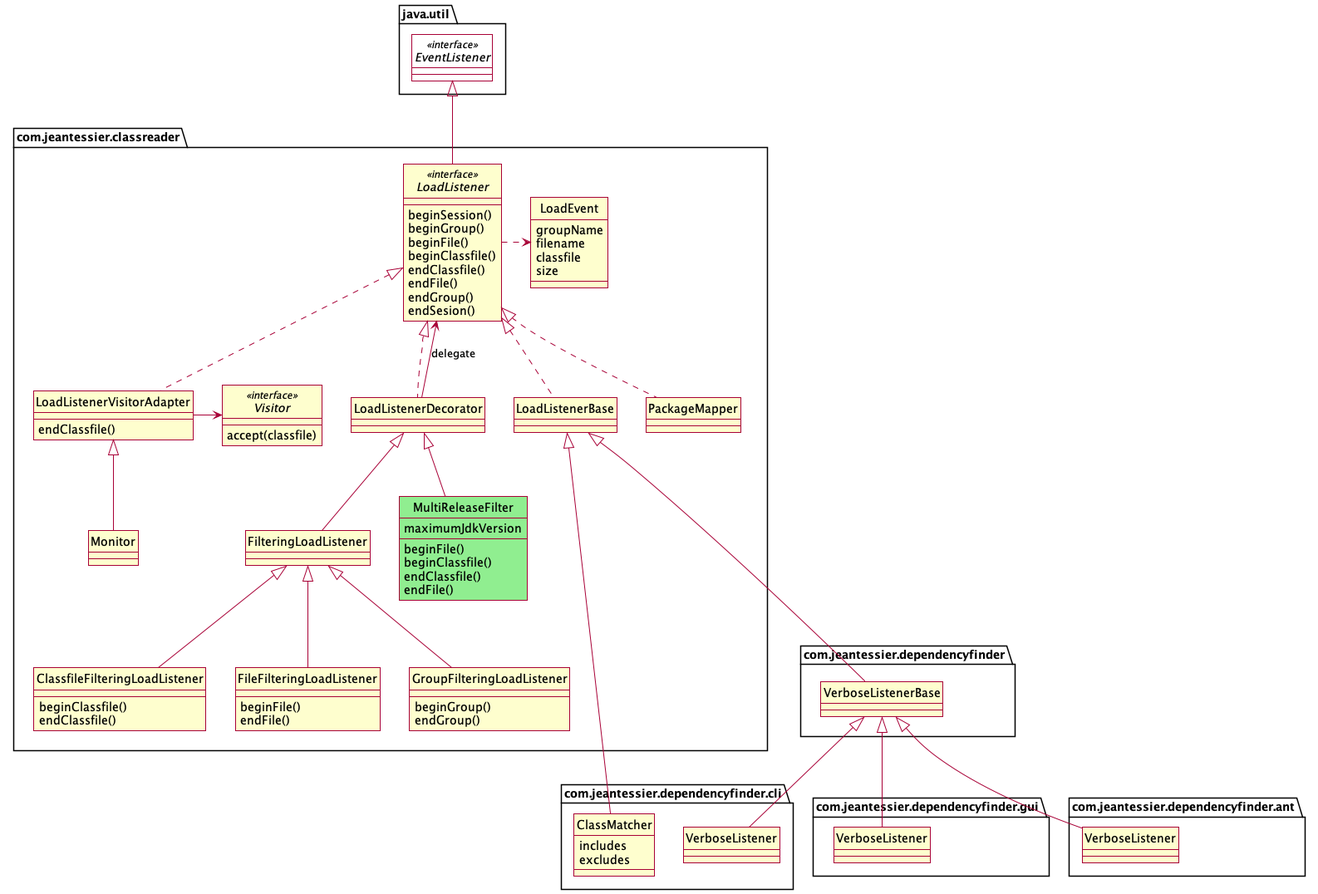
The PlantUML diagram images/LoadListenerHierarchy.png in jeantessier/dependency-finder, before a commit.
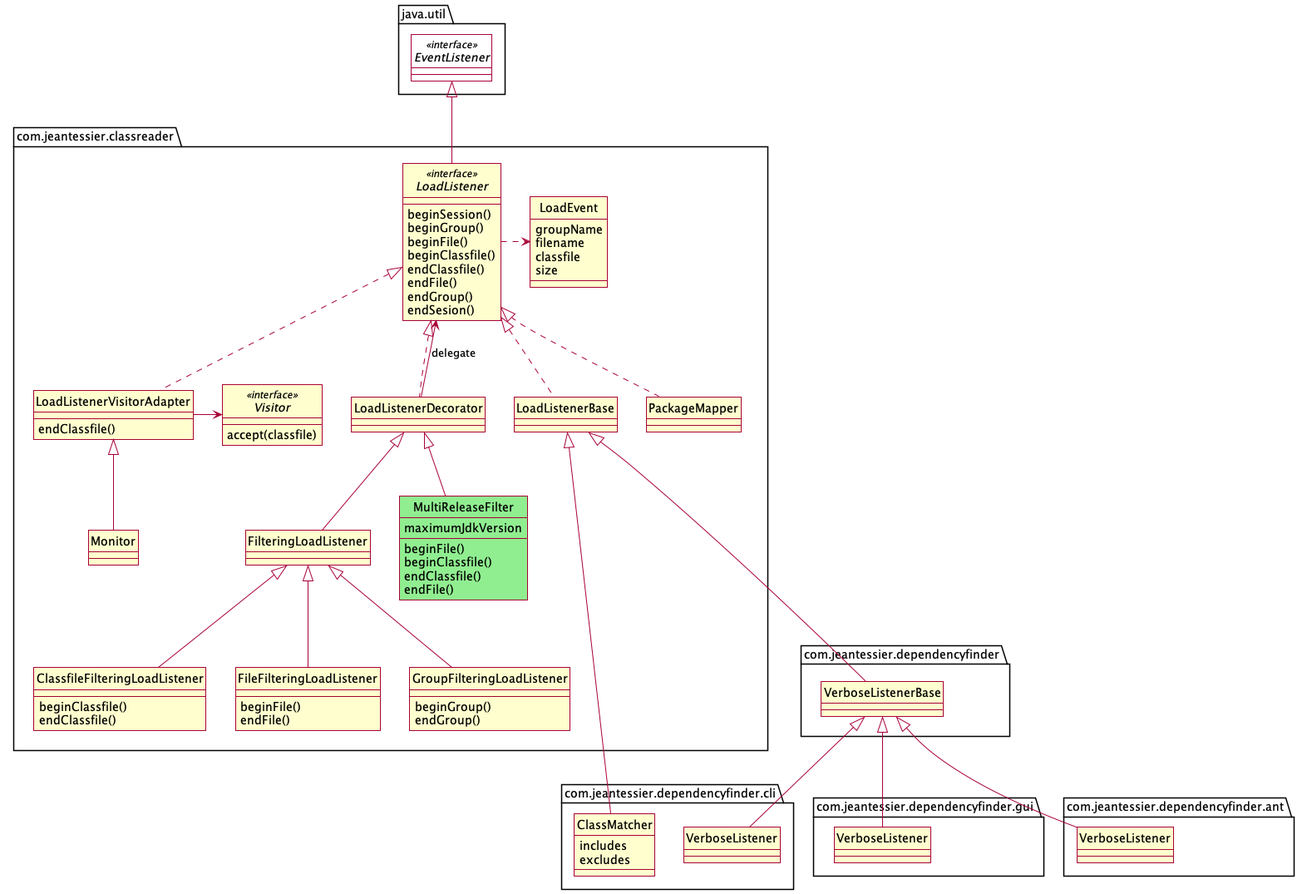
After the change.

Change to the diagram source:
```diff
@@ -2,112 +2,127 @@
 
 skin rose
 skinparam style strictuml
+skinparam backgroundColor transparent
 
-package java_util as "java.util" {
-  interface EventListener <<interface>> #white
+set separator none
+
+package java.util {
+
+    interface EventListener <<interface>> #transparent
+
 }
 
-package com_jeantessier_classreader as "com.jeantessier.classreader" {
-class LoadEvent {
-  groupName
-  filename
-  classfile
-  size
+package com.jeantessier.classreader {
+
+    class LoadEvent {
+        groupName
+        filename
+        classfile
+        size
+    }
+
+    interface LoadListener <<interface>> {
+        beginSession()
+        beginGroup()
+        beginFile()
+        beginClassfile()
+        endClassfile()
+        endFile()
+        endGroup()
+        endSesion()
+    }
+    EventListener <|-- LoadListener
+    LoadListener .> LoadEvent
+
+    class LoadListenerDecorator
+    LoadListener <|.. LoadListenerDecorator
+    LoadListenerDecorator --> LoadListener : delegate
+
+    class MultiReleaseFilter #lightgreen {
+        maximumJdkVersion
+        beginFile()
+        beginClassfile()
+        endClassfile()
+        endFile()
+    }
+    LoadListenerDecorator <|-- MultiReleaseFilter
+
+    class FilteringLoadListener
+    LoadListenerDecorator <|-- FilteringLoadListener
+
+    class ClassfileFilteringLoadListener {
+        beginClassfile()
+        endClassfile()
+    }
+    FilteringLoadListener <|-- ClassfileFilteringLoadListener
+
+    class FileFilteringLoadListener {
+        beginFile()
+        endFile()
+    }
+    FilteringLoadListener <|-- FileFilteringLoadListener
+
+    class GroupFilteringLoadListener {
+        beginGroup()
+        endGroup()
+    }
+    FilteringLoadListener <|-- GroupFilteringLoadListener
+
+    class LoadListenerVisitorAdapter {
+        endClassfile()
+    }
+    LoadListener <|.. LoadListenerVisitorAdapter
+    LoadListenerVisitorAdapter -> Visitor
+
+    class Monitor
+    LoadListenerVisitorAdapter <|-- Monitor
+
+    class LoadListenerBase
+    LoadListener <|.. LoadListenerBase
+
+    interface Visitor <<interface>> {
+        accept(classfile)
+    }
+
+    class PackageMapper
+    LoadListener <|.. PackageMapper
+
 }
 
-interface LoadListener <<interface>> {
-  beginSession()
-  beginGroup()
-  beginFile()
-  beginClassfile()
-  endClassfile()
-  endFile()
-  endGroup()
-  endSesion()
-}
-EventListener <|-- LoadListener
-LoadListener .> LoadEvent
+package com.jeantessier.dependencyfinder {
 
-class LoadListenerDecorator
-LoadListener <|.. LoadListenerDecorator
-LoadListenerDecorator --> LoadListener : delegate
+    class VerboseListenerBase
+    LoadListenerBase <|-- VerboseListenerBase
 
-class MultiReleaseFilter #lightgreen {
-  maximumJdkVersion
-  beginFile()
-  beginClassfile()
-  endClassfile()
-  endFile()
-}
-LoadListenerDecorator <|-- MultiReleaseFilter
-
-class FilteringLoadListener
-LoadListenerDecorator <|-- FilteringLoadListener
-
-class ClassfileFilteringLoadListener {
-  beginClassfile()
-  endClassfile()
-}
-FilteringLoadListener <|-- ClassfileFilteringLoadListener
-
-class FileFilteringLoadListener {
-  beginFile()
-  endFile()
-}
-FilteringLoadListener <|-- FileFilteringLoadListener
-
-class GroupFilteringLoadListener {
-  beginGroup()
-  endGroup()
-}
-FilteringLoadListener <|-- GroupFilteringLoadListener
-
-class LoadListenerVisitorAdapter {
-  endClassfile()
-}
-LoadListener <|.. LoadListenerVisitorAdapter
-LoadListenerVisitorAdapter -> Visitor
-
-class Monitor
-LoadListenerVisitorAdapter <|-- Monitor
-
-class LoadListenerBase
-LoadListener <|.. LoadListenerBase
-
-interface Visitor <<interface>> {
-  accept(classfile)
 }
 
-class PackageMapper
-LoadListener <|.. PackageMapper
+package com.jeantessier.dependencyfinder.ant {
+
+    class ant.VerboseListener as "VerboseListener"
+    VerboseListenerBase <|-- ant.VerboseListener
+
 }
 
-package com_jeantessier_dependencyfinder as "com.jeantessier.dependencyfinder" {
-  class VerboseListenerBase
-  LoadListenerBase <|-- VerboseListenerBase
+package com.jeantessier.dependencyfinder.cli {
+
+    class cli.VerboseListener as "VerboseListener"
+    VerboseListenerBase <|-- cli.VerboseListener
+
+    class ClassMatcher {
+        includes
+        excludes
+    }
+    LoadListenerBase <|-- ClassMatcher
+
 }
 
-package com_jeantessier_dependencyfinder_ant as "com.jeantessier.dependencyfinder.ant" {
-  class VerboseListener
-  VerboseListenerBase <|-- VerboseListener
+package com.jeantessier.dependencyfinder.gui {
+
+    class gui.VerboseListener as "VerboseListener"
+    VerboseListenerBase <|-- gui.VerboseListener
+
 }
 
-package com_jeantessier_dependencyfinder_cli as "com.jeantessier.dependencyfinder.cli" {
-  class VerboseListener
-  VerboseListenerBase <|-- VerboseListener
-
-  class ClassMatcher {
-    includes
-    excludes
-  }
-  LoadListenerBase <|-- ClassMatcher
-}
-
-package com_jeantessier_dependencyfinder_gui as "com.jeantessier.dependencyfinder.gui" {
-  class VerboseListener
-  VerboseListenerBase <|-- VerboseListener
-}
-
-com_jeantessier_classreader --[hidden]--> com_jeantessier_dependencyfinder
+com.jeantessier.classreader --[hidden]--> com.jeantessier.dependencyfinder
 
 @enduml
```
